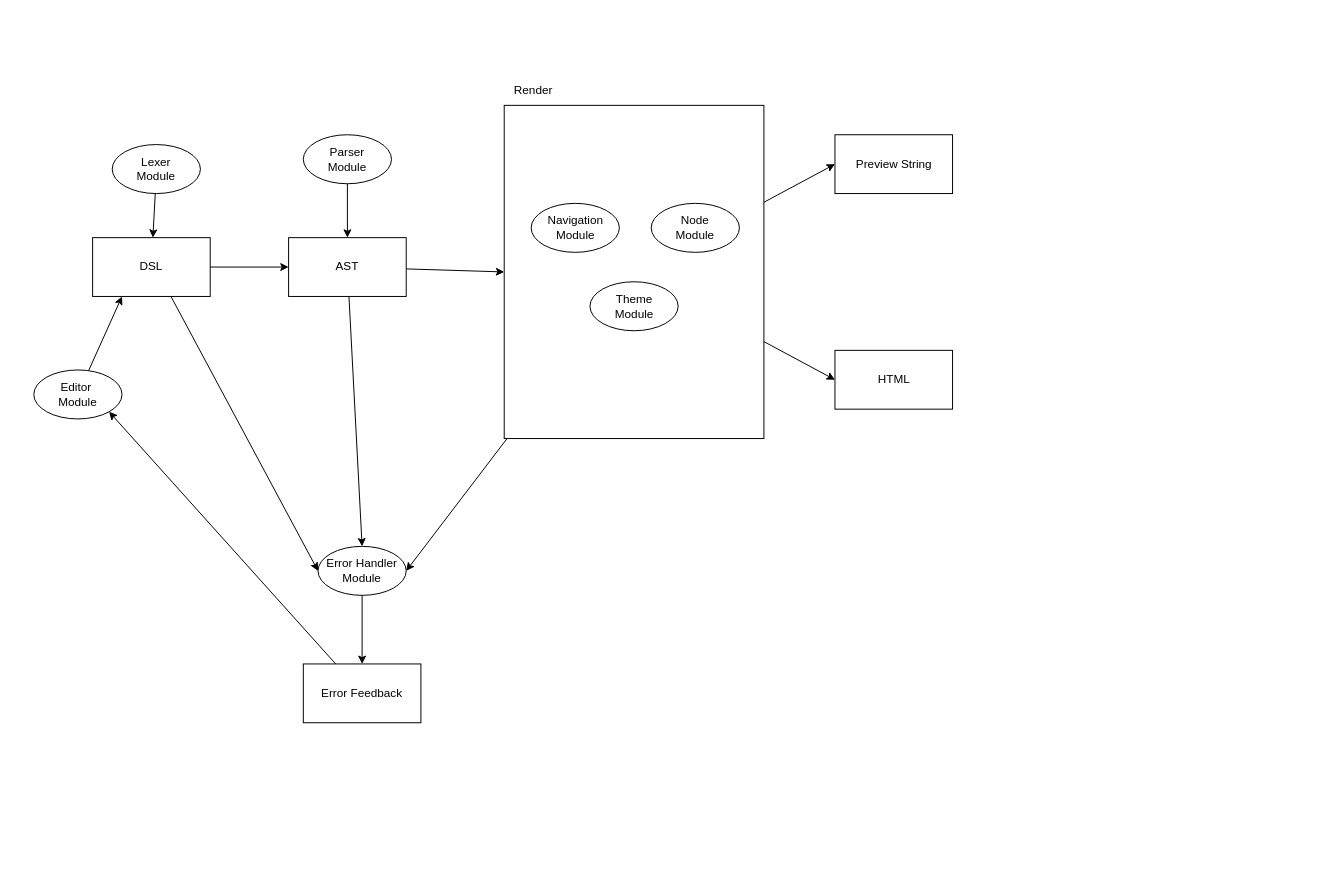
ricardoadorno/proto-typed keeps this draw.io diagram as node.drawio. Above is the earlier version. Source tidied: cells renumbered, new cells numbered last; positions are measured from the earlier drawing's top-left corner, leaving out a move shared by most shapes. Both pictures are drawn from the tidied source at 98%, with x=0, y=0 at pixel (33, 75).
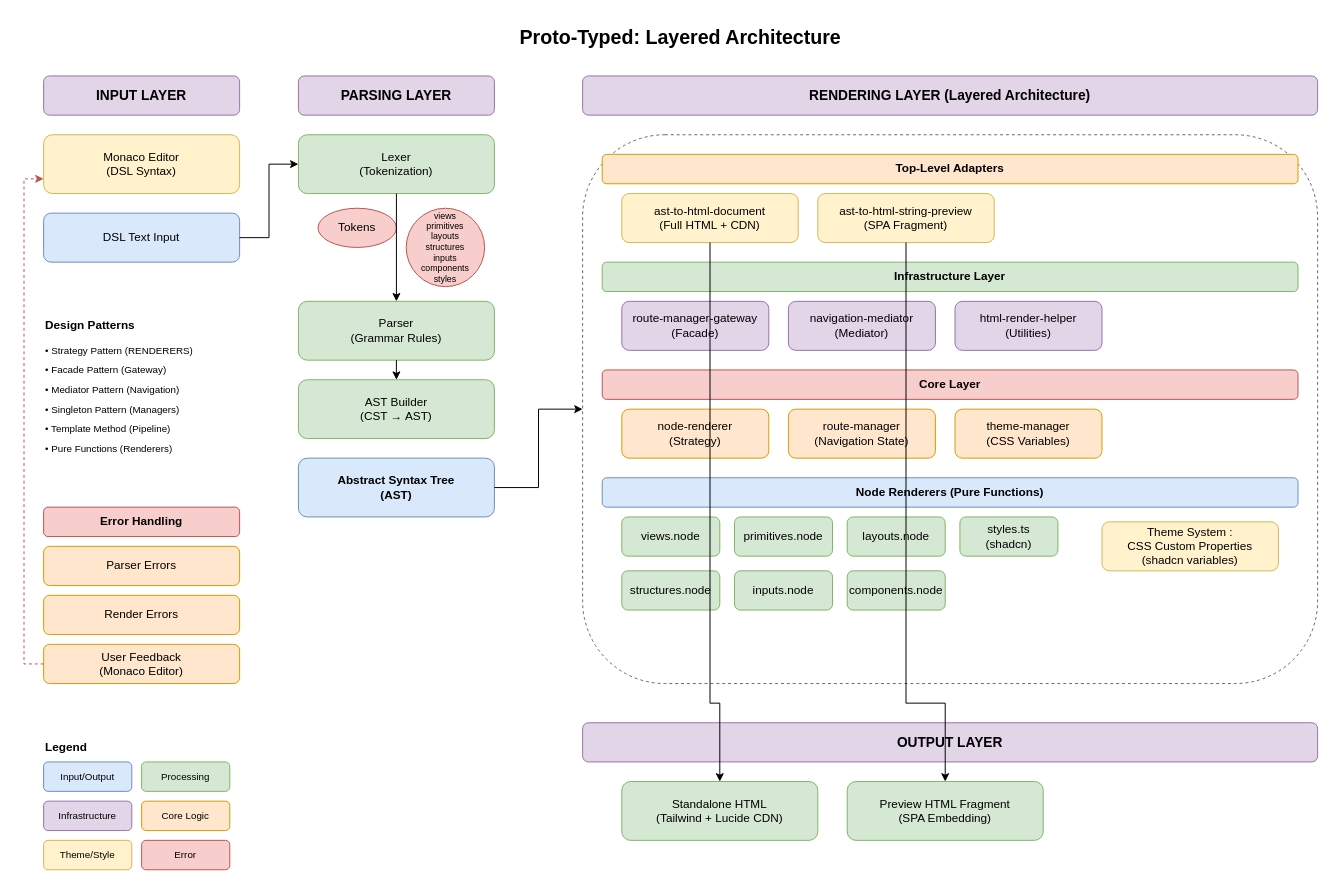
The same page after the edit.

The edit, as a diff of the source:
```diff
@@
-    <mxCell id="2" style="edgeStyle=none;html=1;entryX=0;entryY=0.5;entryDx=0;entryDy=0;" parent="1" edge="1" source="4" target="7">
-      <mxGeometry relative="1" as="geometry" />
-    </mxCell>
-    <mxCell id="3" style="edgeStyle=none;html=1;entryX=0;entryY=0.5;entryDx=0;entryDy=0;exitX=0.665;exitY=0.996;exitDx=0;exitDy=0;exitPerimeter=0;" parent="1" edge="1" source="4" target="20">
-      <mxGeometry relative="1" as="geometry" />
-    </mxCell>
-    <mxCell id="4" value="DSL" style="whiteSpace=wrap;html=1;" parent="1" vertex="1">
-      <mxGeometry x="60" y="165" width="120" height="60" as="geometry" />
-    </mxCell>
-    <mxCell id="5" style="edgeStyle=none;html=1;entryX=0.5;entryY=0;entryDx=0;entryDy=0;" parent="1" edge="1" source="7" target="20">
-      <mxGeometry relative="1" as="geometry" />
-    </mxCell>
-    <mxCell id="6" style="edgeStyle=none;html=1;entryX=0;entryY=0.5;entryDx=0;entryDy=0;" parent="1" edge="1" source="7" target="11">
-      <mxGeometry relative="1" as="geometry" />
-    </mxCell>
-    <mxCell id="7" value="AST" style="whiteSpace=wrap;html=1;" parent="1" vertex="1">
-      <mxGeometry x="260" y="165" width="120" height="60" as="geometry" />
-    </mxCell>
-    <mxCell id="8" style="edgeStyle=none;html=1;entryX=1;entryY=0.5;entryDx=0;entryDy=0;" parent="1" edge="1" source="11" target="20">
-      <mxGeometry relative="1" as="geometry" />
-    </mxCell>
-    <mxCell id="9" style="edgeStyle=none;html=1;entryX=0;entryY=0.5;entryDx=0;entryDy=0;" parent="1" edge="1" source="11" target="13">
-      <mxGeometry relative="1" as="geometry" />
-    </mxCell>
-    <mxCell id="10" style="edgeStyle=none;html=1;entryX=0;entryY=0.5;entryDx=0;entryDy=0;" parent="1" edge="1" source="11" target="12">
-      <mxGeometry relative="1" as="geometry" />
-    </mxCell>
-    <mxCell id="11" style="rounded=0;whiteSpace=wrap;html=1;fillColor=none;" parent="1" vertex="1">
-      <mxGeometry x="480" y="30" width="265" height="340" as="geometry" />
-    </mxCell>
-    <mxCell id="12" value="HTML" style="whiteSpace=wrap;html=1;" parent="1" vertex="1">
-      <mxGeometry x="817.5" y="280" width="120" height="60" as="geometry" />
-    </mxCell>
-    <mxCell id="13" value="Preview String" style="whiteSpace=wrap;html=1;" parent="1" vertex="1">
-      <mxGeometry x="817.5" y="60" width="120" height="60" as="geometry" />
-    </mxCell>
-    <mxCell id="14" value="Render" style="text;html=1;align=center;verticalAlign=middle;whiteSpace=wrap;rounded=0;" parent="1" vertex="1">
-      <mxGeometry x="480" width="60" height="30" as="geometry" />
-    </mxCell>
-    <mxCell id="15" value="&lt;font style=&quot;color: light-dark(rgb(0, 0, 0), rgb(255, 255, 255));&quot;&gt;Navigation&lt;/font&gt;&lt;div&gt;&lt;font style=&quot;color: light-dark(rgb(0, 0, 0), rgb(255, 255, 255));&quot;&gt;Module&lt;/font&gt;&lt;/div&gt;" style="ellipse;whiteSpace=wrap;html=1;" parent="1" vertex="1">
-      <mxGeometry x="507.5" y="130" width="90" height="50" as="geometry" />
-    </mxCell>
-    <mxCell id="16" value="Node&lt;br&gt;&lt;div&gt;&lt;font style=&quot;color: light-dark(rgb(0, 0, 0), rgb(255, 255, 255));&quot;&gt;Module&lt;/font&gt;&lt;/div&gt;" style="ellipse;whiteSpace=wrap;html=1;" parent="1" vertex="1">
-      <mxGeometry x="630" y="130" width="90" height="50" as="geometry" />
-    </mxCell>
-    <mxCell id="17" style="edgeStyle=none;html=1;entryX=0.25;entryY=1;entryDx=0;entryDy=0;" parent="1" edge="1" source="18" target="4">
-      <mxGeometry relative="1" as="geometry" />
-    </mxCell>
-    <mxCell id="18" value="Editor&amp;nbsp;&lt;div&gt;Module&lt;/div&gt;" style="ellipse;whiteSpace=wrap;html=1;" parent="1" vertex="1">
-      <mxGeometry y="300" width="90" height="50" as="geometry" />
-    </mxCell>
-    <mxCell id="19" style="edgeStyle=none;html=1;entryX=0.5;entryY=0;entryDx=0;entryDy=0;" parent="1" edge="1" source="20" target="26">
-      <mxGeometry relative="1" as="geometry" />
-    </mxCell>
-    <mxCell id="20" value="Error Handler&lt;div&gt;Module&lt;/div&gt;" style="ellipse;whiteSpace=wrap;html=1;" parent="1" vertex="1">
-      <mxGeometry x="290" y="480" width="90" height="50" as="geometry" />
-    </mxCell>
-    <mxCell id="21" style="edgeStyle=none;html=1;" parent="1" edge="1" source="22" target="4">
-      <mxGeometry relative="1" as="geometry" />
-    </mxCell>
-    <mxCell id="22" value="Lexer&lt;div&gt;Module&lt;/div&gt;" style="ellipse;whiteSpace=wrap;html=1;" parent="1" vertex="1">
-      <mxGeometry x="80" y="70" width="90" height="50" as="geometry" />
-    </mxCell>
-    <mxCell id="23" style="edgeStyle=none;html=1;entryX=0.5;entryY=0;entryDx=0;entryDy=0;" parent="1" edge="1" source="24" target="7">
-      <mxGeometry relative="1" as="geometry" />
-    </mxCell>
-    <mxCell id="24" value="Parser&lt;div&gt;Module&lt;/div&gt;" style="ellipse;whiteSpace=wrap;html=1;" parent="1" vertex="1">
-      <mxGeometry x="275" y="60" width="90" height="50" as="geometry" />
-    </mxCell>
-    <mxCell id="25" style="edgeStyle=none;html=1;entryX=1;entryY=1;entryDx=0;entryDy=0;" parent="1" edge="1" source="26" target="18">
-      <mxGeometry relative="1" as="geometry" />
-    </mxCell>
-    <mxCell id="26" value="Error Feedback" style="whiteSpace=wrap;html=1;" parent="1" vertex="1">
-      <mxGeometry x="275" y="600" width="120" height="60" as="geometry" />
-    </mxCell>
-    <mxCell id="27" value="Theme&lt;br&gt;&lt;div&gt;&lt;font style=&quot;color: light-dark(rgb(0, 0, 0), rgb(255, 255, 255));&quot;&gt;Module&lt;/font&gt;&lt;/div&gt;" style="ellipse;whiteSpace=wrap;html=1;" parent="1" vertex="1">
-      <mxGeometry x="567.5" y="210" width="90" height="50" as="geometry" />
-    </mxCell>
+    <mxCell id="28" value="Proto-Typed: Layered Architecture" style="text;html=1;strokeColor=none;fillColor=none;align=center;verticalAlign=middle;whiteSpace=wrap;rounded=0;fontSize=20;fontStyle=1;" parent="1" vertex="1">
+      <mxGeometry x="460" y="-60" width="400" height="40" as="geometry" />
+    </mxCell>
+    <mxCell id="29" value="INPUT LAYER" style="rounded=1;whiteSpace=wrap;html=1;fillColor=#e1d5e7;strokeColor=#9673a6;fontSize=14;fontStyle=1;" parent="1" vertex="1">
+      <mxGeometry x="10" width="200" height="40" as="geometry" />
+    </mxCell>
+    <mxCell id="30" value="Monaco Editor&#10;(DSL Syntax)" style="rounded=1;whiteSpace=wrap;html=1;fillColor=#fff2cc;strokeColor=#d6b656;" parent="1" vertex="1">
+      <mxGeometry x="10" y="60" width="200" height="60" as="geometry" />
+    </mxCell>
+    <mxCell id="31" value="DSL Text Input" style="rounded=1;whiteSpace=wrap;html=1;fillColor=#dae8fc;strokeColor=#6c8ebf;" parent="1" vertex="1">
+      <mxGeometry x="10" y="140" width="200" height="50" as="geometry" />
+    </mxCell>
+    <mxCell id="32" style="edgeStyle=orthogonalEdgeStyle;rounded=0;jettySize=auto;html=1;exitX=1;exitY=0.5;exitDx=0;exitDy=0;entryX=0;entryY=0.5;entryDx=0;entryDy=0;" parent="1" edge="1" source="31" target="34">
+      <mxGeometry relative="1" as="geometry" />
+    </mxCell>
+    <mxCell id="33" value="PARSING LAYER" style="rounded=1;whiteSpace=wrap;html=1;fillColor=#e1d5e7;strokeColor=#9673a6;fontSize=14;fontStyle=1;" parent="1" vertex="1">
+      <mxGeometry x="270" width="200" height="40" as="geometry" />
+    </mxCell>
+    <mxCell id="34" value="Lexer&#10;(Tokenization)" style="rounded=1;whiteSpace=wrap;html=1;fillColor=#d5e8d4;strokeColor=#82b366;" parent="1" vertex="1">
+      <mxGeometry x="270" y="60" width="200" height="60" as="geometry" />
+    </mxCell>
+    <mxCell id="35" value="Tokens" style="ellipse;whiteSpace=wrap;html=1;fillColor=#f8cecc;strokeColor=#b85450;" parent="1" vertex="1">
+      <mxGeometry x="290" y="135" width="80" height="40" as="geometry" />
+    </mxCell>
+    <mxCell id="36" value="views&#10;primitives&#10;layouts&#10;structures&#10;inputs&#10;components&#10;styles" style="ellipse;whiteSpace=wrap;html=1;fillColor=#f8cecc;strokeColor=#b85450;fontSize=9;" parent="1" vertex="1">
+      <mxGeometry x="380" y="135" width="80" height="80" as="geometry" />
+    </mxCell>
+    <mxCell id="37" style="edgeStyle=orthogonalEdgeStyle;rounded=0;jettySize=auto;html=1;exitX=0.5;exitY=1;exitDx=0;exitDy=0;entryX=0.5;entryY=0;entryDx=0;entryDy=0;" parent="1" edge="1" source="34" target="38">
+      <mxGeometry relative="1" as="geometry" />
+    </mxCell>
+    <mxCell id="38" value="Parser&#10;(Grammar Rules)" style="rounded=1;whiteSpace=wrap;html=1;fillColor=#d5e8d4;strokeColor=#82b366;" parent="1" vertex="1">
+      <mxGeometry x="270" y="230" width="200" height="60" as="geometry" />
+    </mxCell>
+    <mxCell id="39" style="edgeStyle=orthogonalEdgeStyle;rounded=0;jettySize=auto;html=1;exitX=0.5;exitY=1;exitDx=0;exitDy=0;entryX=0.5;entryY=0;entryDx=0;entryDy=0;" parent="1" edge="1" source="38" target="40">
+      <mxGeometry relative="1" as="geometry" />
+    </mxCell>
+    <mxCell id="40" value="AST Builder&#10;(CST → AST)" style="rounded=1;whiteSpace=wrap;html=1;fillColor=#d5e8d4;strokeColor=#82b366;" parent="1" vertex="1">
+      <mxGeometry x="270" y="310" width="200" height="60" as="geometry" />
+    </mxCell>
+    <mxCell id="41" value="Abstract Syntax Tree&#10;(AST)" style="rounded=1;whiteSpace=wrap;html=1;fillColor=#dae8fc;strokeColor=#6c8ebf;fontStyle=1;" parent="1" vertex="1">
+      <mxGeometry x="270" y="390" width="200" height="60" as="geometry" />
+    </mxCell>
+    <mxCell id="42" style="edgeStyle=orthogonalEdgeStyle;rounded=0;jettySize=auto;html=1;exitX=1;exitY=0.5;exitDx=0;exitDy=0;entryX=0;entryY=0.5;entryDx=0;entryDy=0;" parent="1" edge="1" source="41" target="44">
+      <mxGeometry relative="1" as="geometry" />
+    </mxCell>
+    <mxCell id="43" value="RENDERING LAYER (Layered Architecture)" style="rounded=1;whiteSpace=wrap;html=1;fillColor=#e1d5e7;strokeColor=#9673a6;fontSize=14;fontStyle=1;" parent="1" vertex="1">
+      <mxGeometry x="560" width="750" height="40" as="geometry" />
+    </mxCell>
+    <mxCell id="44" style="rounded=1;whiteSpace=wrap;html=1;fillColor=none;strokeColor=#666666;dashed=1;" parent="1" vertex="1">
+      <mxGeometry x="560" y="60" width="750" height="560" as="geometry" />
+    </mxCell>
+    <mxCell id="45" value="Top-Level Adapters" style="rounded=1;whiteSpace=wrap;html=1;fillColor=#ffe6cc;strokeColor=#d79b00;fontStyle=1;" parent="1" vertex="1">
+      <mxGeometry x="580" y="80" width="710" height="30" as="geometry" />
+    </mxCell>
+    <mxCell id="46" value="ast-to-html-document&#10;(Full HTML + CDN)" style="rounded=1;whiteSpace=wrap;html=1;fillColor=#fff2cc;strokeColor=#d6b656;" parent="1" vertex="1">
+      <mxGeometry x="600" y="120" width="180" height="50" as="geometry" />
+    </mxCell>
+    <mxCell id="47" value="ast-to-html-string-preview&#10;(SPA Fragment)" style="rounded=1;whiteSpace=wrap;html=1;fillColor=#fff2cc;strokeColor=#d6b656;" parent="1" vertex="1">
+      <mxGeometry x="800" y="120" width="180" height="50" as="geometry" />
+    </mxCell>
+    <mxCell id="48" value="Infrastructure Layer" style="rounded=1;whiteSpace=wrap;html=1;fillColor=#d5e8d4;strokeColor=#82b366;fontStyle=1;" parent="1" vertex="1">
+      <mxGeometry x="580" y="190" width="710" height="30" as="geometry" />
+    </mxCell>
+    <mxCell id="49" value="route-manager-gateway&#10;(Facade)" style="rounded=1;whiteSpace=wrap;html=1;fillColor=#e1d5e7;strokeColor=#9673a6;" parent="1" vertex="1">
+      <mxGeometry x="600" y="230" width="150" height="50" as="geometry" />
+    </mxCell>
+    <mxCell id="50" value="navigation-mediator&#10;(Mediator)" style="rounded=1;whiteSpace=wrap;html=1;fillColor=#e1d5e7;strokeColor=#9673a6;" parent="1" vertex="1">
+      <mxGeometry x="770" y="230" width="150" height="50" as="geometry" />
+    </mxCell>
+    <mxCell id="51" value="html-render-helper&#10;(Utilities)" style="rounded=1;whiteSpace=wrap;html=1;fillColor=#e1d5e7;strokeColor=#9673a6;" parent="1" vertex="1">
+      <mxGeometry x="940" y="230" width="150" height="50" as="geometry" />
+    </mxCell>
+    <mxCell id="52" value="Core Layer" style="rounded=1;whiteSpace=wrap;html=1;fillColor=#f8cecc;strokeColor=#b85450;fontStyle=1;" parent="1" vertex="1">
+      <mxGeometry x="580" y="300" width="710" height="30" as="geometry" />
+    </mxCell>
+    <mxCell id="53" value="node-renderer&#10;(Strategy)" style="rounded=1;whiteSpace=wrap;html=1;fillColor=#ffe6cc;strokeColor=#d79b00;" parent="1" vertex="1">
+      <mxGeometry x="600" y="340" width="150" height="50" as="geometry" />
+    </mxCell>
+    <mxCell id="54" value="route-manager&#10;(Navigation State)" style="rounded=1;whiteSpace=wrap;html=1;fillColor=#ffe6cc;strokeColor=#d79b00;" parent="1" vertex="1">
+      <mxGeometry x="770" y="340" width="150" height="50" as="geometry" />
+    </mxCell>
+    <mxCell id="55" value="theme-manager&#10;(CSS Variables)" style="rounded=1;whiteSpace=wrap;html=1;fillColor=#ffe6cc;strokeColor=#d79b00;" parent="1" vertex="1">
+      <mxGeometry x="940" y="340" width="150" height="50" as="geometry" />
+    </mxCell>
+    <mxCell id="56" value="Node Renderers (Pure Functions)" style="rounded=1;whiteSpace=wrap;html=1;fillColor=#dae8fc;strokeColor=#6c8ebf;fontStyle=1;" parent="1" vertex="1">
+      <mxGeometry x="580" y="410" width="710" height="30" as="geometry" />
+    </mxCell>
+    <mxCell id="57" value="views.node" style="rounded=1;whiteSpace=wrap;html=1;fillColor=#d5e8d4;strokeColor=#82b366;" parent="1" vertex="1">
+      <mxGeometry x="600" y="450" width="100" height="40" as="geometry" />
+    </mxCell>
+    <mxCell id="58" value="primitives.node" style="rounded=1;whiteSpace=wrap;html=1;fillColor=#d5e8d4;strokeColor=#82b366;" parent="1" vertex="1">
+      <mxGeometry x="715" y="450" width="100" height="40" as="geometry" />
+    </mxCell>
+    <mxCell id="59" value="layouts.node" style="rounded=1;whiteSpace=wrap;html=1;fillColor=#d5e8d4;strokeColor=#82b366;" parent="1" vertex="1">
+      <mxGeometry x="830" y="450" width="100" height="40" as="geometry" />
+    </mxCell>
+    <mxCell id="60" value="structures.node" style="rounded=1;whiteSpace=wrap;html=1;fillColor=#d5e8d4;strokeColor=#82b366;" parent="1" vertex="1">
+      <mxGeometry x="600" y="505" width="100" height="40" as="geometry" />
+    </mxCell>
+    <mxCell id="61" value="inputs.node" style="rounded=1;whiteSpace=wrap;html=1;fillColor=#d5e8d4;strokeColor=#82b366;" parent="1" vertex="1">
+      <mxGeometry x="715" y="505" width="100" height="40" as="geometry" />
+    </mxCell>
+    <mxCell id="62" value="components.node" style="rounded=1;whiteSpace=wrap;html=1;fillColor=#d5e8d4;strokeColor=#82b366;" parent="1" vertex="1">
+      <mxGeometry x="830" y="505" width="100" height="40" as="geometry" />
+    </mxCell>
+    <mxCell id="63" value="styles.ts&#10;(shadcn)" style="rounded=1;whiteSpace=wrap;html=1;fillColor=#d5e8d4;strokeColor=#82b366;" parent="1" vertex="1">
+      <mxGeometry x="945" y="450" width="100" height="40" as="geometry" />
+    </mxCell>
+    <mxCell id="64" value="Theme System :&lt;div&gt;CSS Custom Properties&lt;br&gt;(shadcn variables)&lt;/div&gt;" style="rounded=1;whiteSpace=wrap;html=1;fillColor=#fff2cc;strokeColor=#d6b656;" parent="1" vertex="1">
+      <mxGeometry x="1090" y="455" width="180" height="50" as="geometry" />
+    </mxCell>
+    <mxCell id="65" value="OUTPUT LAYER" style="rounded=1;whiteSpace=wrap;html=1;fillColor=#e1d5e7;strokeColor=#9673a6;fontSize=14;fontStyle=1;" parent="1" vertex="1">
+      <mxGeometry x="560" y="660" width="750" height="40" as="geometry" />
+    </mxCell>
+    <mxCell id="66" value="Standalone HTML&#10;(Tailwind + Lucide CDN)" style="rounded=1;whiteSpace=wrap;html=1;fillColor=#d5e8d4;strokeColor=#82b366;" parent="1" vertex="1">
+      <mxGeometry x="600" y="720" width="200" height="60" as="geometry" />
+    </mxCell>
+    <mxCell id="67" value="Preview HTML Fragment&#10;(SPA Embedding)" style="rounded=1;whiteSpace=wrap;html=1;fillColor=#d5e8d4;strokeColor=#82b366;" parent="1" vertex="1">
+      <mxGeometry x="830" y="720" width="200" height="60" as="geometry" />
+    </mxCell>
+    <mxCell id="68" style="edgeStyle=orthogonalEdgeStyle;rounded=0;jettySize=auto;html=1;exitX=0.5;exitY=1;exitDx=0;exitDy=0;entryX=0.5;entryY=0;entryDx=0;entryDy=0;" parent="1" edge="1" source="46" target="66">
+      <mxGeometry relative="1" as="geometry">
+        <Array as="points">
+          <mxPoint x="690" y="640" />
+          <mxPoint x="700" y="640" />
+        </Array>
+      </mxGeometry>
+    </mxCell>
+    <mxCell id="69" style="edgeStyle=orthogonalEdgeStyle;rounded=0;jettySize=auto;html=1;exitX=0.5;exitY=1;exitDx=0;exitDy=0;entryX=0.5;entryY=0;entryDx=0;entryDy=0;" parent="1" edge="1" source="47" target="67">
+      <mxGeometry relative="1" as="geometry">
+        <Array as="points">
+          <mxPoint x="890" y="640" />
+          <mxPoint x="930" y="640" />
+        </Array>
+      </mxGeometry>
+    </mxCell>
+    <mxCell id="70" value="Design Patterns" style="text;html=1;strokeColor=none;fillColor=none;align=left;verticalAlign=middle;whiteSpace=wrap;rounded=0;fontSize=12;fontStyle=1;" parent="1" vertex="1">
+      <mxGeometry x="10" y="240" width="200" height="30" as="geometry" />
+    </mxCell>
+    <mxCell id="71" value="• Strategy Pattern (RENDERERS)" style="text;html=1;strokeColor=none;fillColor=none;align=left;verticalAlign=middle;whiteSpace=wrap;rounded=0;fontSize=10;" parent="1" vertex="1">
+      <mxGeometry x="10" y="270" width="200" height="20" as="geometry" />
+    </mxCell>
+    <mxCell id="72" value="• Facade Pattern (Gateway)" style="text;html=1;strokeColor=none;fillColor=none;align=left;verticalAlign=middle;whiteSpace=wrap;rounded=0;fontSize=10;" parent="1" vertex="1">
+      <mxGeometry x="10" y="290" width="200" height="20" as="geometry" />
+    </mxCell>
+    <mxCell id="73" value="• Mediator Pattern (Navigation)" style="text;html=1;strokeColor=none;fillColor=none;align=left;verticalAlign=middle;whiteSpace=wrap;rounded=0;fontSize=10;" parent="1" vertex="1">
+      <mxGeometry x="10" y="310" width="200" height="20" as="geometry" />
+    </mxCell>
+    <mxCell id="74" value="• Singleton Pattern (Managers)" style="text;html=1;strokeColor=none;fillColor=none;align=left;verticalAlign=middle;whiteSpace=wrap;rounded=0;fontSize=10;" parent="1" vertex="1">
+      <mxGeometry x="10" y="330" width="200" height="20" as="geometry" />
+    </mxCell>
+    <mxCell id="75" value="• Template Method (Pipeline)" style="text;html=1;strokeColor=none;fillColor=none;align=left;verticalAlign=middle;whiteSpace=wrap;rounded=0;fontSize=10;" parent="1" vertex="1">
+      <mxGeometry x="10" y="350" width="200" height="20" as="geometry" />
+    </mxCell>
+    <mxCell id="76" value="• Pure Functions (Renderers)" style="text;html=1;strokeColor=none;fillColor=none;align=left;verticalAlign=middle;whiteSpace=wrap;rounded=0;fontSize=10;" parent="1" vertex="1">
+      <mxGeometry x="10" y="370" width="200" height="20" as="geometry" />
+    </mxCell>
+    <mxCell id="77" value="Error Handling" style="rounded=1;whiteSpace=wrap;html=1;fillColor=#f8cecc;strokeColor=#b85450;fontStyle=1;" parent="1" vertex="1">
+      <mxGeometry x="10" y="440" width="200" height="30" as="geometry" />
+    </mxCell>
+    <mxCell id="78" value="Parser Errors" style="rounded=1;whiteSpace=wrap;html=1;fillColor=#ffe6cc;strokeColor=#d79b00;" parent="1" vertex="1">
+      <mxGeometry x="10" y="480" width="200" height="40" as="geometry" />
+    </mxCell>
+    <mxCell id="79" value="Render Errors" style="rounded=1;whiteSpace=wrap;html=1;fillColor=#ffe6cc;strokeColor=#d79b00;" parent="1" vertex="1">
+      <mxGeometry x="10" y="530" width="200" height="40" as="geometry" />
+    </mxCell>
+    <mxCell id="80" value="User Feedback&#10;(Monaco Editor)" style="rounded=1;whiteSpace=wrap;html=1;fillColor=#ffe6cc;strokeColor=#d79b00;" parent="1" vertex="1">
+      <mxGeometry x="10" y="580" width="200" height="40" as="geometry" />
+    </mxCell>
+    <mxCell id="81" style="edgeStyle=orthogonalEdgeStyle;rounded=0;jettySize=auto;html=1;exitX=0;exitY=0.5;exitDx=0;exitDy=0;entryX=0;entryY=0.75;entryDx=0;entryDy=0;dashed=1;strokeColor=#b85450;" parent="1" edge="1" source="80" target="30">
+      <mxGeometry relative="1" as="geometry" />
+    </mxCell>
+    <mxCell id="82" value="Legend" style="text;html=1;strokeColor=none;fillColor=none;align=left;verticalAlign=middle;whiteSpace=wrap;rounded=0;fontSize=12;fontStyle=1;" parent="1" vertex="1">
+      <mxGeometry x="10" y="670" width="200" height="30" as="geometry" />
+    </mxCell>
+    <mxCell id="83" value="Input/Output" style="rounded=1;whiteSpace=wrap;html=1;fillColor=#dae8fc;strokeColor=#6c8ebf;fontSize=10;" parent="1" vertex="1">
+      <mxGeometry x="10" y="700" width="90" height="30" as="geometry" />
+    </mxCell>
+    <mxCell id="84" value="Processing" style="rounded=1;whiteSpace=wrap;html=1;fillColor=#d5e8d4;strokeColor=#82b366;fontSize=10;" parent="1" vertex="1">
+      <mxGeometry x="110" y="700" width="90" height="30" as="geometry" />
+    </mxCell>
+    <mxCell id="85" value="Infrastructure" style="rounded=1;whiteSpace=wrap;html=1;fillColor=#e1d5e7;strokeColor=#9673a6;fontSize=10;" parent="1" vertex="1">
+      <mxGeometry x="10" y="740" width="90" height="30" as="geometry" />
+    </mxCell>
+    <mxCell id="86" value="Core Logic" style="rounded=1;whiteSpace=wrap;html=1;fillColor=#ffe6cc;strokeColor=#d79b00;fontSize=10;" parent="1" vertex="1">
+      <mxGeometry x="110" y="740" width="90" height="30" as="geometry" />
+    </mxCell>
+    <mxCell id="87" value="Theme/Style" style="rounded=1;whiteSpace=wrap;html=1;fillColor=#fff2cc;strokeColor=#d6b656;fontSize=10;" parent="1" vertex="1">
+      <mxGeometry x="10" y="780" width="90" height="30" as="geometry" />
+    </mxCell>
+    <mxCell id="88" value="Error" style="rounded=1;whiteSpace=wrap;html=1;fillColor=#f8cecc;strokeColor=#b85450;fontSize=10;" parent="1" vertex="1">
+      <mxGeometry x="110" y="780" width="90" height="30" as="geometry" />
+    </mxCell>
```
